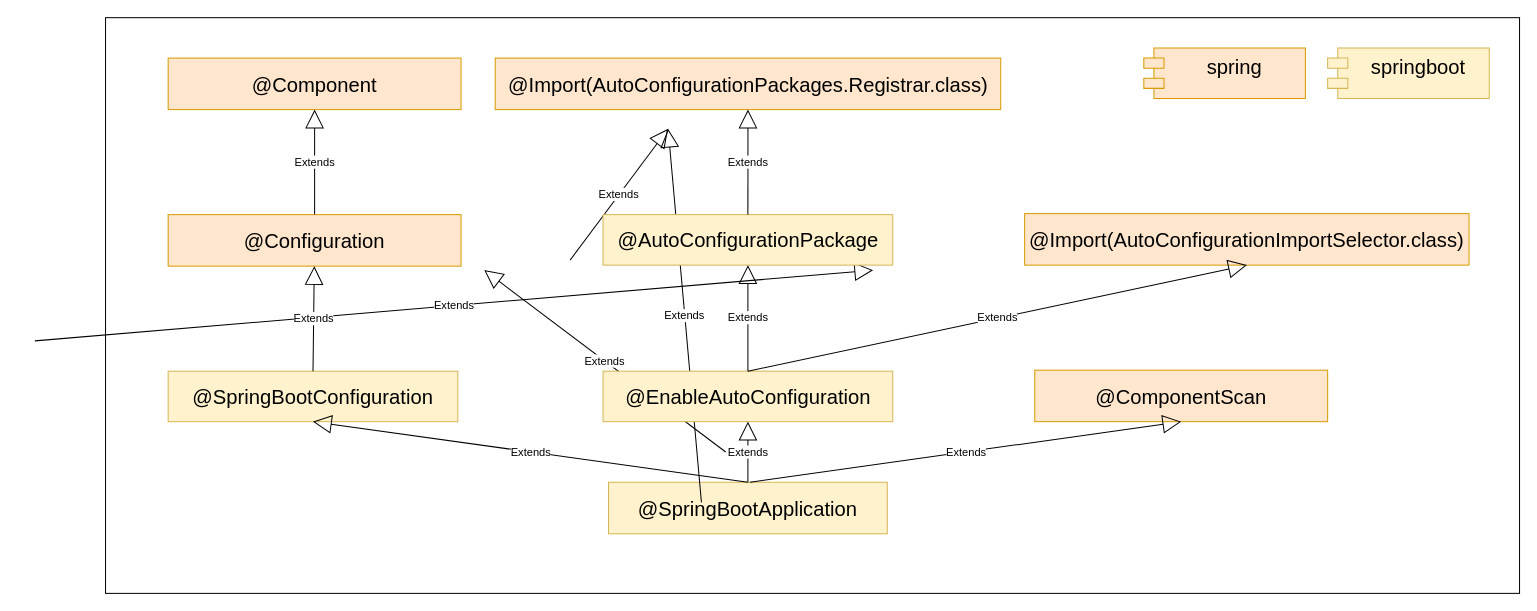
czwer/dubbo-learning keeps this draw.io diagram as dubbo-learning-doc/drawio/源码分析/1_SpringApplication_run方法/主要注解/主要注解@SpringBootApplication.drawio. Above is the earlier version. Source tidied: cells renumbered, new cells numbered last; positions are measured from the earlier drawing's top-left corner, leaving out a move shared by most shapes. Both pictures are drawn from the tidied source at 101%, with x=0, y=0 at pixel (34, 17).
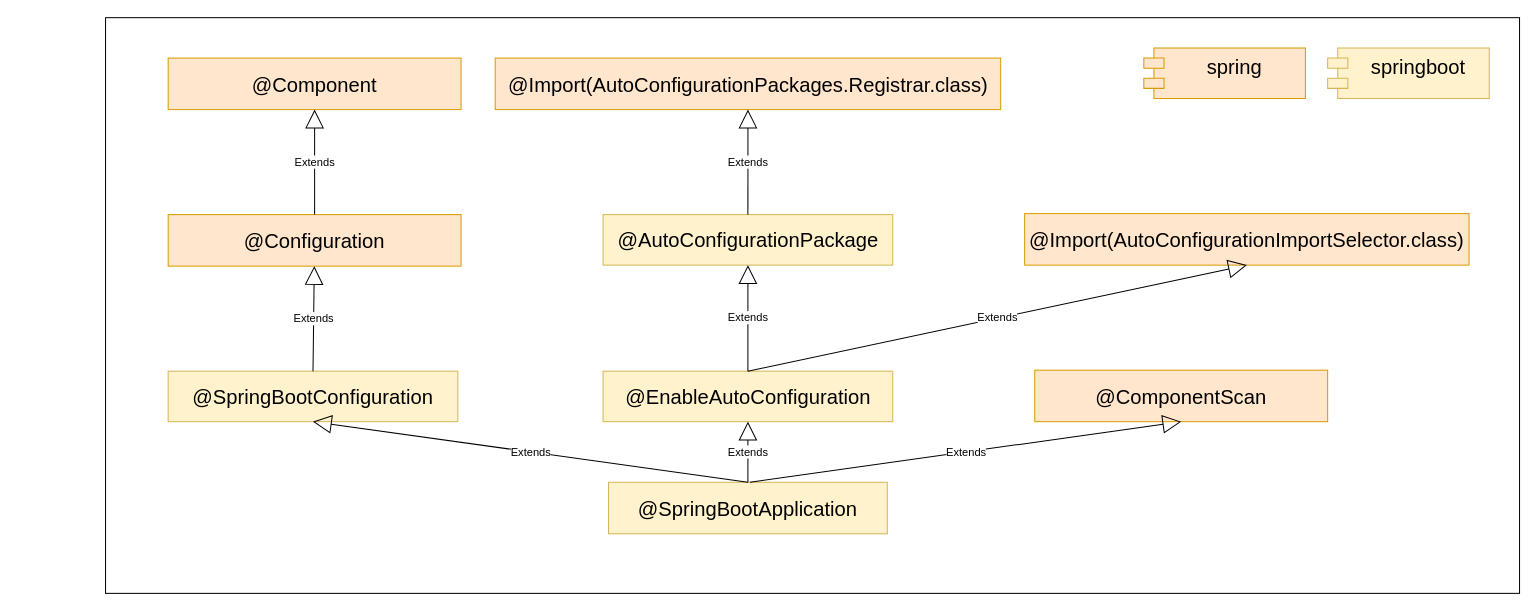
The same diagram, later.

The edit, as a diff of the source:
```diff
@@
-    <mxCell id="7" value="Extends" style="endArrow=block;endSize=16;endFill=0;html=1;rounded=0;exitX=0.5;exitY=0;exitDx=0;exitDy=0;entryX=0.5;entryY=1;entryDx=0;entryDy=0;" parent="1" edge="1">
-      <mxGeometry relative="1" as="geometry">
-        <mxPoint x="684" y="430" as="sourcePoint" />
-        <mxPoint x="445" y="250" as="targetPoint" />
-      </mxGeometry>
-    </mxCell>
-    <mxCell id="8" value="Extends" style="endArrow=block;endSize=16;endFill=0;html=1;rounded=0;exitX=0.5;exitY=0;exitDx=0;exitDy=0;entryX=0.5;entryY=1;entryDx=0;entryDy=0;" parent="1" edge="1">
-      <mxGeometry relative="1" as="geometry">
-        <mxPoint x="530" y="240" as="sourcePoint" />
-        <mxPoint x="627" y="110" as="targetPoint" />
-      </mxGeometry>
-    </mxCell>
-    <mxCell id="9" value="Extends" style="endArrow=block;endSize=16;endFill=0;html=1;rounded=0;exitX=0.5;exitY=0;exitDx=0;exitDy=0;entryX=0.5;entryY=1;entryDx=0;entryDy=0;" parent="1" edge="1">
-      <mxGeometry relative="1" as="geometry">
-        <mxPoint x="660" y="480" as="sourcePoint" />
-        <mxPoint x="627" y="110" as="targetPoint" />
-      </mxGeometry>
-    </mxCell>
-    <mxCell id="10" value="Extends" style="endArrow=block;endSize=16;endFill=0;html=1;rounded=0;exitX=0.5;exitY=0;exitDx=0;exitDy=0;entryX=0.5;entryY=1;entryDx=0;entryDy=0;" parent="1" edge="1">
-      <mxGeometry relative="1" as="geometry">
-        <mxPoint y="320" as="sourcePoint" />
-        <mxPoint x="830" y="250" as="targetPoint" />
-      </mxGeometry>
-    </mxCell>
```
